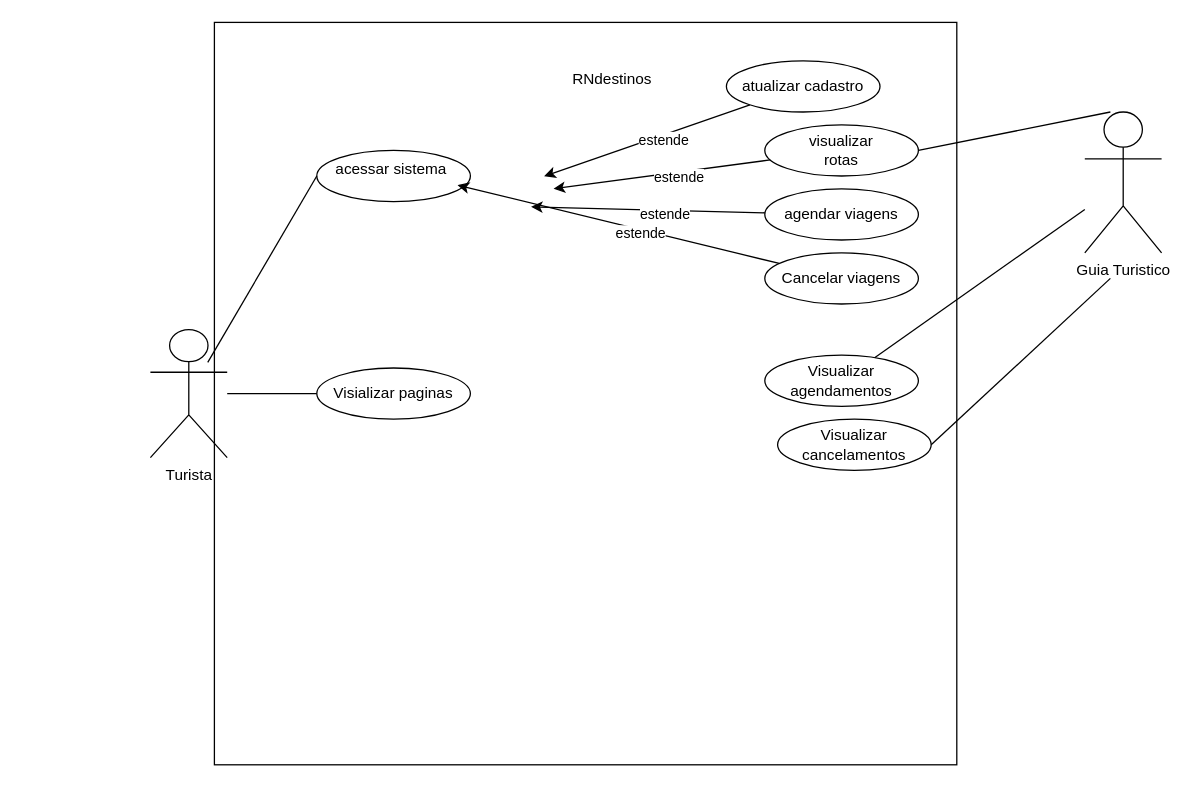
manuoliveiraa2/RNdestinos keeps this draw.io diagram as documentos/diagramas_casos_de_uso.drawio. Above is the earlier version. Source tidied: cells renumbered, new cells numbered last; positions are measured from the earlier drawing's top-left corner, leaving out a move shared by most shapes. Both pictures are drawn from the tidied source at 128%, with x=0, y=0 at pixel (150, 22).
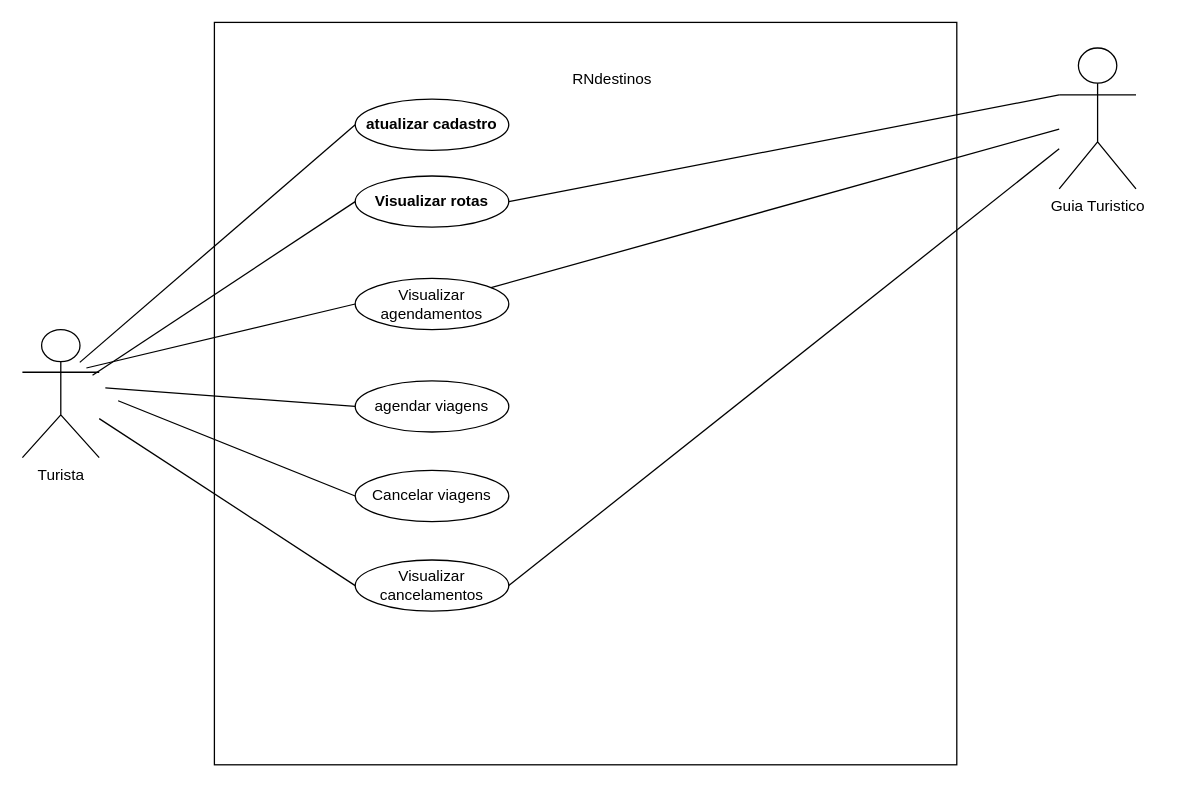
The same page after the edit.

What changed in the source:
```diff
@@
     <mxCell id="4" value="Turista&lt;br&gt;" style="shape=umlActor;verticalLabelPosition=bottom;verticalAlign=top;html=1;outlineConnect=0;" parent="1" vertex="1">
-      <mxGeometry y="240" width="60" height="100" as="geometry" />
+      <mxGeometry x="-100" y="240" width="60" height="100" as="geometry" />
     </mxCell>
-    <mxCell id="5" style="ellipse;whiteSpace=wrap;html=1;" parent="1" vertex="1">
-      <mxGeometry x="130" y="100" width="120" height="40" as="geometry" />
-    </mxCell>
-    <mxCell id="6" value="acessar sistema&amp;nbsp;" style="text;html=1;strokeColor=none;fillColor=none;align=center;verticalAlign=middle;whiteSpace=wrap;rounded=0;" parent="1" vertex="1">
-      <mxGeometry x="140" y="100" width="100" height="30" as="geometry" />
-    </mxCell>
     <mxCell id="7" value="agendar viagens" style="ellipse;whiteSpace=wrap;html=1;" parent="1" vertex="1">
-      <mxGeometry x="480" y="130" width="120" height="40" as="geometry" />
+      <mxGeometry x="160" y="280" width="120" height="40" as="geometry" />
     </mxCell>
-    <mxCell id="8" style="ellipse;whiteSpace=wrap;html=1;fontStyle=1;" parent="1" vertex="1">
-      <mxGeometry x="480" y="80" width="120" height="40" as="geometry" />
+    <mxCell id="8" value="Visualizar rotas" style="ellipse;whiteSpace=wrap;html=1;fontStyle=1;" parent="1" vertex="1">
+      <mxGeometry x="160" y="120" width="120" height="40" as="geometry" />
     </mxCell>
-    <mxCell id="9" style="edgeStyle=none;html=1;entryX=0.938;entryY=0.255;entryDx=0;entryDy=0;entryPerimeter=0;" parent="1" edge="1" source="11">
-      <mxGeometry relative="1" as="geometry">
-        <mxPoint x="307.6" y="120.2" as="targetPoint" />
-      </mxGeometry>
-    </mxCell>
-    <mxCell id="10" value="estende" style="edgeLabel;html=1;align=center;verticalAlign=middle;" parent="9" vertex="1">
-      <mxGeometry x="-0.14" y="3" relative="1" as="geometry" />
-    </mxCell>
-    <mxCell id="11" value="atualizar cadastro" style="ellipse;whiteSpace=wrap;html=1;" parent="1" vertex="1">
-      <mxGeometry x="450" y="30" width="120" height="40" as="geometry" />
+    <mxCell id="11" value="&lt;b&gt;atualizar cadastro&lt;/b&gt;" style="ellipse;whiteSpace=wrap;html=1;" parent="1" vertex="1">
+      <mxGeometry x="160" y="60" width="120" height="40" as="geometry" />
     </mxCell>
-    <mxCell id="12" value="visualizar rotas" style="text;html=1;strokeColor=none;fillColor=none;align=center;verticalAlign=middle;whiteSpace=wrap;rounded=0;" parent="1" vertex="1">
-      <mxGeometry x="510" y="85" width="60" height="30" as="geometry" />
-    </mxCell>
-    <mxCell id="13" style="endArrow=none;html=1;exitX=0.747;exitY=0.256;exitDx=0;exitDy=0;exitPerimeter=0;entryX=0;entryY=0.5;entryDx=0;entryDy=0;" parent="1" edge="1" source="4" target="5">
+    <mxCell id="13" style="endArrow=none;html=1;exitX=0.747;exitY=0.256;exitDx=0;exitDy=0;exitPerimeter=0;entryX=0;entryY=0.5;entryDx=0;entryDy=0;" parent="1" edge="1" source="4" target="11">
       <mxGeometry relative="1" as="geometry" />
     </mxCell>
-    <mxCell id="14" style="edgeStyle=none;html=1;entryX=1;entryY=0.5;entryDx=0;entryDy=0;" parent="1" edge="1" source="8">
-      <mxGeometry relative="1" as="geometry">
-        <mxPoint x="315" y="130" as="targetPoint" />
-      </mxGeometry>
-    </mxCell>
-    <mxCell id="15" value="estende" style="edgeLabel;html=1;align=center;verticalAlign=middle;" parent="14" vertex="1">
-      <mxGeometry x="-0.14" y="3" relative="1" as="geometry" />
-    </mxCell>
-    <mxCell id="16" style="edgeStyle=none;html=1;entryX=1;entryY=1;entryDx=0;entryDy=0;" parent="1" edge="1" source="7">
-      <mxGeometry relative="1" as="geometry">
-        <mxPoint x="297.4" y="144.1" as="targetPoint" />
-      </mxGeometry>
-    </mxCell>
-    <mxCell id="17" value="estende" style="edgeLabel;html=1;align=center;verticalAlign=middle;" parent="16" vertex="1">
-      <mxGeometry x="-0.14" y="3" relative="1" as="geometry" />
-    </mxCell>
     <mxCell id="18" value="Cancelar viagens" style="ellipse;whiteSpace=wrap;html=1;" parent="1" vertex="1">
-      <mxGeometry x="480" y="180" width="120" height="40" as="geometry" />
+      <mxGeometry x="160" y="350" width="120" height="40" as="geometry" />
     </mxCell>
-    <mxCell id="19" style="edgeStyle=none;html=1;" parent="1" edge="1" source="18" target="6">
-      <mxGeometry relative="1" as="geometry" />
-    </mxCell>
-    <mxCell id="20" value="estende" style="edgeLabel;html=1;align=center;verticalAlign=middle;" parent="19" vertex="1">
-      <mxGeometry x="-0.14" y="3" relative="1" as="geometry" />
-    </mxCell>
-    <mxCell id="21" value="Visializar paginas" style="ellipse;whiteSpace=wrap;html=1;" parent="1" vertex="1">
-      <mxGeometry x="130" y="270" width="120" height="40" as="geometry" />
-    </mxCell>
     <mxCell id="22" value="Guia Turistico&lt;br&gt;" style="shape=umlActor;verticalLabelPosition=bottom;verticalAlign=top;html=1;outlineConnect=0;" parent="1" vertex="1">
-      <mxGeometry x="730" y="70" width="60" height="110" as="geometry" />
+      <mxGeometry x="710" y="20" width="60" height="110" as="geometry" />
     </mxCell>
-    <mxCell id="23" style="endArrow=none;html=1;exitX=1;exitY=0.5;exitDx=0;exitDy=0;entryX=0.333;entryY=0;entryDx=0;entryDy=0;entryPerimeter=0;" parent="1" edge="1" source="8" target="22">
+    <mxCell id="23" style="endArrow=none;html=1;exitX=1;exitY=0.5;exitDx=0;exitDy=0;entryX=0;entryY=0.3333333333333333;entryDx=0;entryDy=0;entryPerimeter=0;" parent="1" edge="1" source="8" target="22">
       <mxGeometry relative="1" as="geometry" />
     </mxCell>
     <mxCell id="24" value="Visualizar agendamentos" style="ellipse;whiteSpace=wrap;html=1;" parent="1" vertex="1">
-      <mxGeometry x="480" y="260" width="120" height="40" as="geometry" />
+      <mxGeometry x="160" y="200" width="120" height="40" as="geometry" />
     </mxCell>
     <mxCell id="25" value="Visualizar cancelamentos" style="ellipse;whiteSpace=wrap;html=1;" parent="1" vertex="1">
-      <mxGeometry x="490" y="310" width="120" height="40" as="geometry" />
+      <mxGeometry x="160" y="420" width="120" height="40" as="geometry" />
     </mxCell>
-    <mxCell id="26" style="endArrow=none;html=1;exitX=0;exitY=0.5;exitDx=0;exitDy=0;" parent="1" edge="1" source="21" target="4">
-      <mxGeometry relative="1" as="geometry" />
-    </mxCell>
@@
-    <mxCell id="28" style="endArrow=none;html=1;" parent="1" edge="1">
-      <mxGeometry relative="1" as="geometry">
-        <mxPoint x="610" y="330" as="sourcePoint" />
-        <mxPoint x="750" y="200" as="targetPoint" />
-      </mxGeometry>
-    </mxCell>
+    <mxCell id="29" style="endArrow=none;html=1;exitX=0.747;exitY=0.256;exitDx=0;exitDy=0;exitPerimeter=0;entryX=0;entryY=0.5;entryDx=0;entryDy=0;" parent="1" edge="1" target="8">
+      <mxGeometry relative="1" as="geometry">
+        <mxPoint x="-45.2" y="275.6" as="sourcePoint" />
+      </mxGeometry>
+    </mxCell>
+    <mxCell id="30" style="endArrow=none;html=1;exitX=0.747;exitY=0.256;exitDx=0;exitDy=0;exitPerimeter=0;entryX=0;entryY=0.5;entryDx=0;entryDy=0;" parent="1" edge="1" target="7">
+      <mxGeometry relative="1" as="geometry">
+        <mxPoint x="-35.2" y="285.6" as="sourcePoint" />
+      </mxGeometry>
+    </mxCell>
+    <mxCell id="31" style="endArrow=none;html=1;exitX=0.747;exitY=0.256;exitDx=0;exitDy=0;exitPerimeter=0;entryX=0;entryY=0.5;entryDx=0;entryDy=0;" parent="1" edge="1" target="18">
+      <mxGeometry relative="1" as="geometry">
+        <mxPoint x="-25.2" y="295.6" as="sourcePoint" />
+      </mxGeometry>
+    </mxCell>
+    <mxCell id="32" style="endArrow=none;html=1;entryX=0;entryY=0.5;entryDx=0;entryDy=0;" parent="1" edge="1" target="24">
+      <mxGeometry relative="1" as="geometry">
+        <mxPoint x="-50" y="270" as="sourcePoint" />
+      </mxGeometry>
+    </mxCell>
+    <mxCell id="33" style="endArrow=none;html=1;exitX=1;exitY=0.5;exitDx=0;exitDy=0;" parent="1" edge="1" source="25" target="22">
+      <mxGeometry relative="1" as="geometry" />
+    </mxCell>
+    <mxCell id="34" style="endArrow=none;html=1;entryX=0;entryY=0.5;entryDx=0;entryDy=0;" parent="1" edge="1" source="4" target="25">
+      <mxGeometry relative="1" as="geometry" />
+    </mxCell>
```
